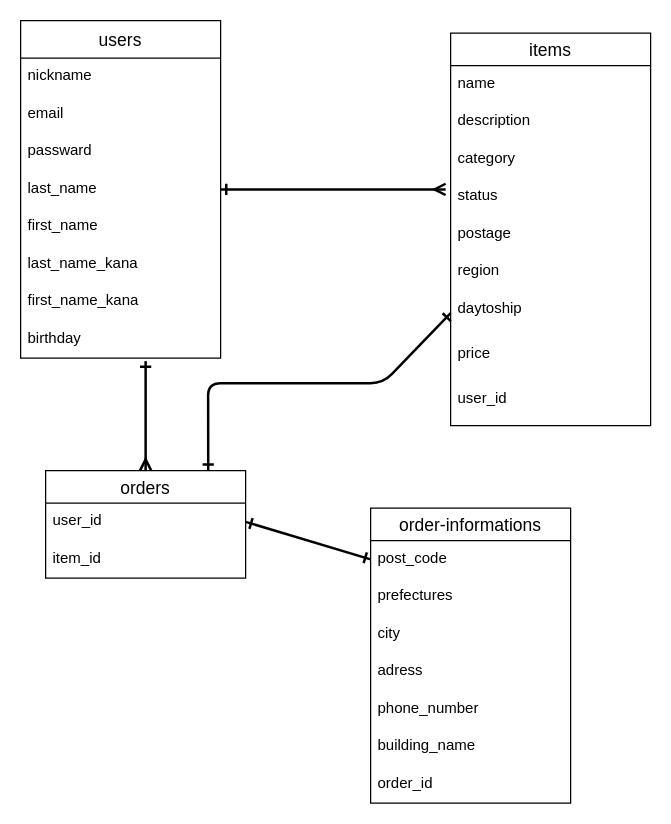
Earlier version of the draw.io diagram er.dio (shimizubenson/furima-38211). Source tidied: cells renumbered, new cells numbered last; positions are measured from the earlier drawing's top-left corner, leaving out a move shared by most shapes. Both pictures are drawn from the tidied source at 125%, with x=0, y=0 at pixel (20, 20).
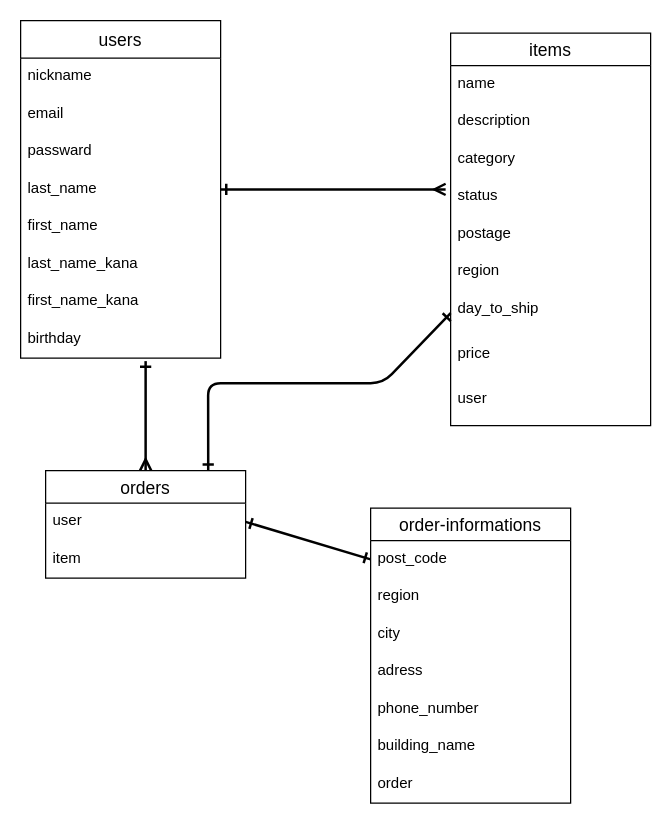
The same page after the edit.

Commit message (it also covers changes not shown here):
データベースの修正４

Unchanged cells that the change refers to:
```xml
<mxCell id="11" value="items" style="swimlane;fontStyle=0;horizontal=1;startSize=26;align=center;fontSize=14;" parent="1" vertex="1">
  <mxGeometry x="344" y="10" width="160" height="314" as="geometry" />
</mxCell>
<mxCell id="24" value="orders" style="swimlane;fontStyle=0;horizontal=1;startSize=26;align=center;fontSize=14;" parent="1" vertex="1">
  <mxGeometry x="20" y="360" width="160" height="86" as="geometry" />
</mxCell>
<mxCell id="27" value="order-informations" style="swimlane;fontStyle=0;horizontal=1;startSize=26;align=center;fontSize=14;" parent="1" vertex="1">
  <mxGeometry x="280" y="390" width="160" height="236" as="geometry" />
</mxCell>
```

Diff of the diagram source:
```diff
@@
-    <mxCell id="18" value="daytoship" style="text;strokeColor=none;fillColor=none;spacingLeft=4;spacingRight=4;overflow=hidden;points=[[0,0.5],[1,0.5]];portConstraint=eastwest;fontSize=12;" parent="11" vertex="1">
+    <mxCell id="18" value="day_to_ship" style="text;strokeColor=none;fillColor=none;spacingLeft=4;spacingRight=4;overflow=hidden;points=[[0,0.5],[1,0.5]];portConstraint=eastwest;fontSize=12;" parent="11" vertex="1">
       <mxGeometry y="206" width="160" height="36" as="geometry" />
     </mxCell>
@@
-    <mxCell id="20" value="user_id" style="text;strokeColor=none;fillColor=none;spacingLeft=4;spacingRight=4;overflow=hidden;fontSize=12;" parent="11" vertex="1">
+    <mxCell id="20" value="user" style="text;strokeColor=none;fillColor=none;spacingLeft=4;spacingRight=4;overflow=hidden;fontSize=12;" parent="11" vertex="1">
       <mxGeometry y="278" width="160" height="36" as="geometry" />
     </mxCell>
@@
-    <mxCell id="25" value="user_id" style="text;strokeColor=none;fillColor=none;spacingLeft=4;spacingRight=4;overflow=hidden;points=[[0,0.5],[1,0.5]];portConstraint=eastwest;fontSize=12;" parent="24" vertex="1">
+    <mxCell id="25" value="user" style="text;strokeColor=none;fillColor=none;spacingLeft=4;spacingRight=4;overflow=hidden;points=[[0,0.5],[1,0.5]];portConstraint=eastwest;fontSize=12;" parent="24" vertex="1">
       <mxGeometry y="26" width="160" height="30" as="geometry" />
     </mxCell>
-    <mxCell id="26" value="item_id" style="text;strokeColor=none;fillColor=none;spacingLeft=4;spacingRight=4;overflow=hidden;fontSize=12;" parent="24" vertex="1">
+    <mxCell id="26" value="item" style="text;strokeColor=none;fillColor=none;spacingLeft=4;spacingRight=4;overflow=hidden;fontSize=12;" parent="24" vertex="1">
       <mxGeometry y="56" width="160" height="30" as="geometry" />
     </mxCell>
@@
-    <mxCell id="29" value="prefectures" style="text;strokeColor=none;fillColor=none;spacingLeft=4;spacingRight=4;overflow=hidden;fontSize=12;" parent="27" vertex="1">
+    <mxCell id="29" value="region" style="text;strokeColor=none;fillColor=none;spacingLeft=4;spacingRight=4;overflow=hidden;fontSize=12;" parent="27" vertex="1">
       <mxGeometry y="56" width="160" height="30" as="geometry" />
     </mxCell>
@@
-    <mxCell id="34" value="order_id" style="text;strokeColor=none;fillColor=none;spacingLeft=4;spacingRight=4;overflow=hidden;fontSize=12;" parent="27" vertex="1">
+    <mxCell id="34" value="order" style="text;strokeColor=none;fillColor=none;spacingLeft=4;spacingRight=4;overflow=hidden;fontSize=12;" parent="27" vertex="1">
       <mxGeometry y="206" width="160" height="30" as="geometry" />
     </mxCell>
```
